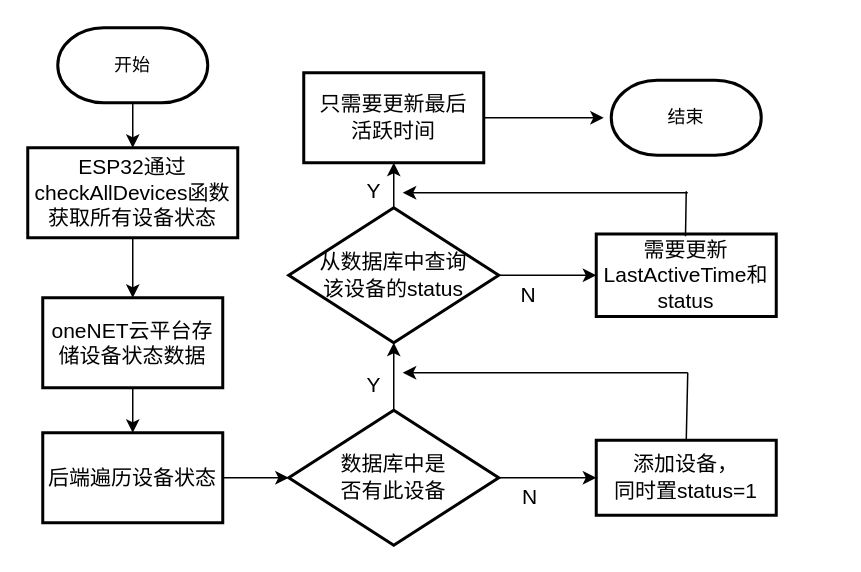
Above: 设备管理.drawio in zhangruyi3906/img (draw.io), before the change. Source tidied: cells renumbered, new cells numbered last; positions are measured from the earlier drawing's top-left corner, leaving out a move shared by most shapes. Both pictures are drawn from the tidied source at 150%, with x=0, y=0 at pixel (27, 27).
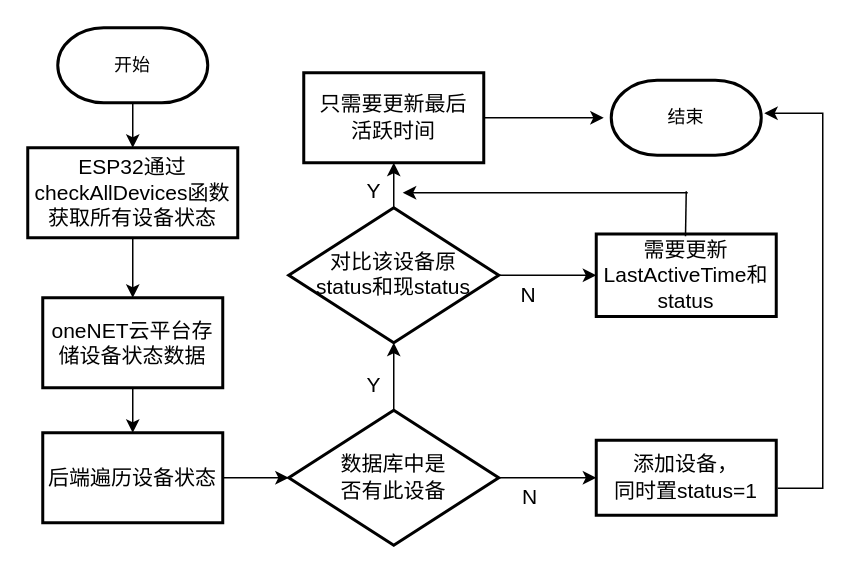
After the change.

Commit message (it also covers changes not shown here):
更新设备管理.drawio

Change to the diagram source:
```diff
@@
-    <mxCell id="15" value="&lt;div style=&quot;line-height: 30%;&quot;&gt;&lt;p class=&quot;MsoNormal&quot;&gt;&lt;span style=&quot;font-size: 10.5pt; line-height: 30%;&quot;&gt;&lt;font&gt;从数据库中查询&lt;/font&gt;&lt;/span&gt;&lt;/p&gt;&lt;p class=&quot;MsoNormal&quot;&gt;&lt;span style=&quot;font-size: 10.5pt; line-height: 30%;&quot;&gt;&lt;font&gt;该设备的&lt;/font&gt;&lt;font&gt;status&lt;/font&gt;&lt;/span&gt;&lt;/p&gt;&lt;/div&gt;" style="rhombus;whiteSpace=wrap;html=1;strokeWidth=2;" parent="1" vertex="1">
+    <mxCell id="15" value="&lt;div style=&quot;line-height: 30%;&quot;&gt;&lt;p class=&quot;MsoNormal&quot;&gt;&lt;span style=&quot;font-size: 10.5pt; background-color: transparent; color: light-dark(rgb(0, 0, 0), rgb(255, 255, 255));&quot;&gt;对比该设备原&lt;/span&gt;&lt;/p&gt;&lt;p class=&quot;MsoNormal&quot;&gt;&lt;span style=&quot;font-size: 10.5pt; background-color: transparent; color: light-dark(rgb(0, 0, 0), rgb(255, 255, 255));&quot;&gt;status&lt;/span&gt;&lt;span style=&quot;background-color: transparent; color: light-dark(rgb(0, 0, 0), rgb(255, 255, 255)); font-size: 10.5pt;&quot;&gt;和现status&lt;/span&gt;&lt;/p&gt;&lt;/div&gt;" style="rhombus;whiteSpace=wrap;html=1;strokeWidth=2;" parent="1" vertex="1">
       <mxGeometry x="174" y="120" width="140" height="90" as="geometry" />
     </mxCell>
@@
+    <mxCell id="29" style="edgeStyle=orthogonalEdgeStyle;rounded=0;orthogonalLoop=1;jettySize=auto;html=1;" parent="1" edge="1">
+      <mxGeometry relative="1" as="geometry">
+        <mxPoint x="500" y="307" as="sourcePoint" />
+        <mxPoint x="491" y="57" as="targetPoint" />
+        <Array as="points">
+          <mxPoint x="530" y="307" />
+          <mxPoint x="530" y="57" />
+        </Array>
+      </mxGeometry>
+    </mxCell>
@@
-    <mxCell id="21" style="endArrow=none;html=1;rounded=0;" parent="1" edge="1">
-      <mxGeometry relative="1" as="geometry">
-        <mxPoint x="439" y="275" as="sourcePoint" />
-        <mxPoint x="440" y="230" as="targetPoint" />
-      </mxGeometry>
-    </mxCell>
-    <mxCell id="22" style="endArrow=classic;html=1;rounded=0;" parent="1" edge="1">
-      <mxGeometry relative="1" as="geometry">
-        <mxPoint x="440" y="230" as="sourcePoint" />
-        <mxPoint x="250" y="230" as="targetPoint" />
-      </mxGeometry>
-    </mxCell>
```
